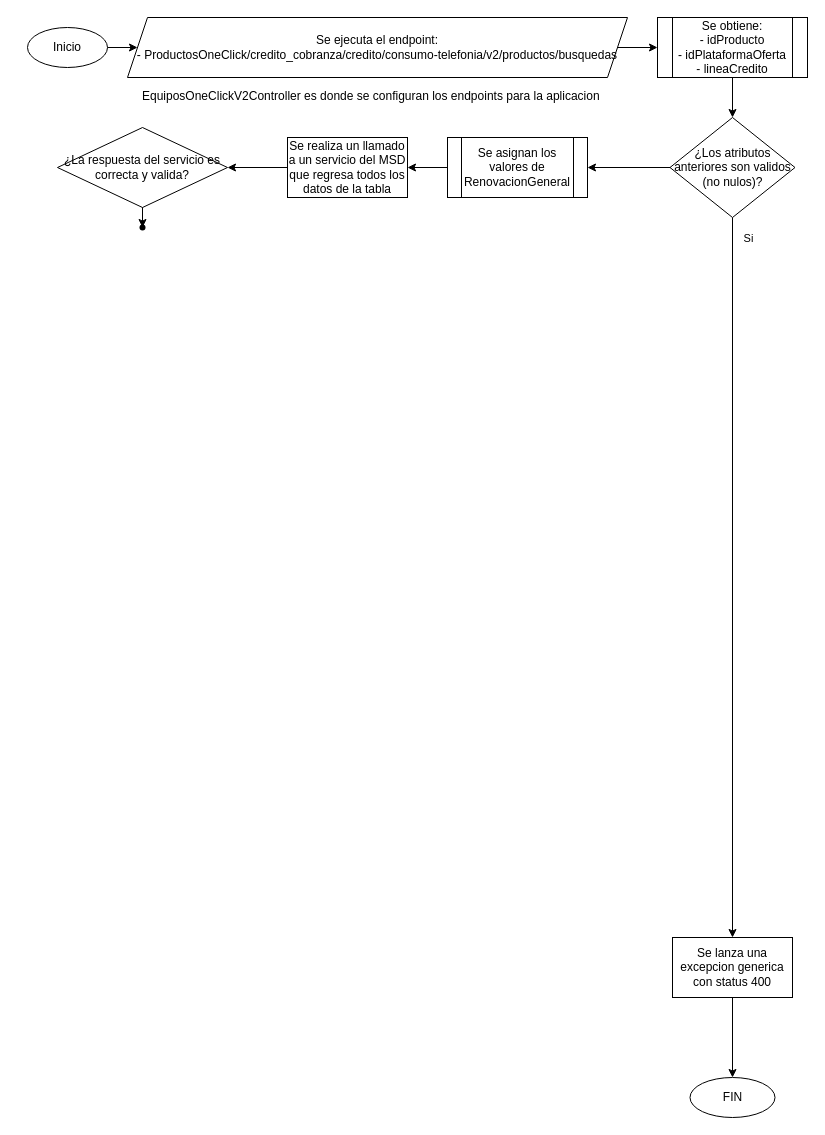
Earlier version of the draw.io diagram Untitled Diagram.drawio (Retsamyo/hello-world). Source tidied: cells renumbered, new cells numbered last; positions are measured from the earlier drawing's top-left corner, leaving out a move shared by most shapes. Both pictures are drawn from the tidied source at 100%, with x=0, y=0 at pixel (27, 17).
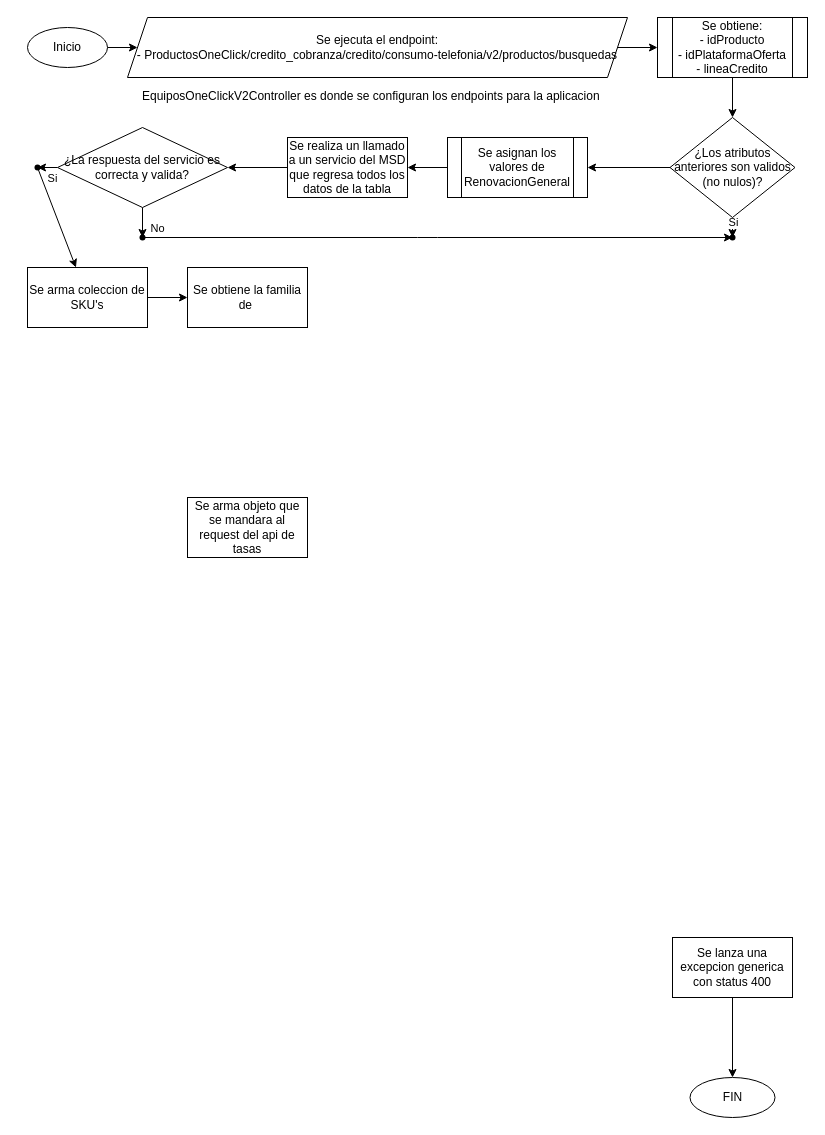
The same page after the edit.

Unchanged cells that the change refers to:
```xml
<mxCell id="10" value="¿Los atributos anteriores son validos (no nulos)?" style="rhombus;whiteSpace=wrap;html=1;" parent="1" vertex="1">
  <mxGeometry x="642.5" y="100" width="125" height="100" as="geometry" />
</mxCell>
<mxCell id="12" value="Se lanza una excepcion generica con status 400" style="whiteSpace=wrap;html=1;" parent="1" vertex="1">
  <mxGeometry x="645" y="920" width="120" height="60" as="geometry" />
</mxCell>
<mxCell id="21" value="¿La respuesta del servicio es correcta y valida?" style="rhombus;whiteSpace=wrap;html=1;" parent="1" vertex="1">
  <mxGeometry x="30" y="110" width="170" height="80" as="geometry" />
</mxCell>
```

Change to the diagram source:
```diff
@@
-    <mxCell id="7" style="edgeStyle=orthogonalEdgeStyle;rounded=0;jettySize=auto;html=1;" parent="1" edge="1" source="10" target="12">
-      <mxGeometry relative="1" as="geometry" />
-    </mxCell>
-    <mxCell id="8" value="Si" style="edgeLabel;html=1;align=center;verticalAlign=middle;" parent="7" vertex="1">
-      <mxGeometry x="-0.83" y="4" relative="1" as="geometry">
-        <mxPoint x="11" y="-41" as="offset" />
-      </mxGeometry>
-    </mxCell>
@@
+    <mxCell id="23" style="edgeStyle=none;rounded=0;jettySize=auto;html=1;" parent="1" edge="1" source="10" target="31">
+      <mxGeometry relative="1" as="geometry" />
+    </mxCell>
+    <mxCell id="24" value="Si" style="edgeLabel;html=1;align=center;verticalAlign=middle;" parent="23" vertex="1">
+      <mxGeometry x="-0.64" y="1" relative="1" as="geometry">
+        <mxPoint x="-1" as="offset" />
+      </mxGeometry>
+    </mxCell>
@@
-    <mxCell id="20" style="edgeStyle=orthogonalEdgeStyle;rounded=0;jettySize=auto;html=1;" parent="1" edge="1" source="21" target="22">
-      <mxGeometry relative="1" as="geometry" />
-    </mxCell>
+    <mxCell id="25" style="edgeStyle=none;rounded=0;jettySize=auto;html=1;" parent="1" edge="1" source="21" target="30">
+      <mxGeometry relative="1" as="geometry" />
+    </mxCell>
+    <mxCell id="26" style="edgeStyle=none;rounded=0;jettySize=auto;html=1;" parent="1" edge="1" source="21" target="33">
+      <mxGeometry relative="1" as="geometry" />
+    </mxCell>
+    <mxCell id="27" value="Si" style="edgeLabel;html=1;align=center;verticalAlign=middle;" parent="26" vertex="1">
+      <mxGeometry x="-0.63" relative="1" as="geometry">
+        <mxPoint x="-2" y="10" as="offset" />
+      </mxGeometry>
+    </mxCell>
@@
-    <mxCell id="22" style="shape=waypoint;size=6;points=[];fillColor=#ffffff;perimeter=centerPerimeter;snapToPoint=1;" parent="1" vertex="1">
-      <mxGeometry x="95" y="190" width="40" height="40" as="geometry" />
-    </mxCell>
+    <mxCell id="28" style="endArrow=classic;html=1;" parent="1" edge="1" source="30" target="31">
+      <mxGeometry relative="1" as="geometry">
+        <Array as="points">
+          <mxPoint x="400" y="220" />
+        </Array>
+      </mxGeometry>
+    </mxCell>
+    <mxCell id="29" value="No" style="edgeLabel;html=1;align=center;verticalAlign=middle;" parent="28" vertex="1">
+      <mxGeometry x="-0.82" y="3" relative="1" as="geometry">
+        <mxPoint x="-39" y="-7" as="offset" />
+      </mxGeometry>
+    </mxCell>
+    <mxCell id="30" style="shape=waypoint;size=6;points=[];fillColor=#ffffff;perimeter=centerPerimeter;snapToPoint=1;" parent="1" vertex="1">
+      <mxGeometry x="95" y="200" width="40" height="40" as="geometry" />
+    </mxCell>
+    <mxCell id="31" style="shape=waypoint;size=6;points=[];fillColor=#ffffff;perimeter=centerPerimeter;snapToPoint=1;" parent="1" vertex="1">
+      <mxGeometry x="685" y="200" width="40" height="40" as="geometry" />
+    </mxCell>
+    <mxCell id="32" style="edgeStyle=none;rounded=0;jettySize=auto;html=1;" parent="1" edge="1" source="33" target="35">
+      <mxGeometry relative="1" as="geometry" />
+    </mxCell>
+    <mxCell id="33" style="shape=waypoint;size=6;points=[];fillColor=#ffffff;perimeter=centerPerimeter;snapToPoint=1;" parent="1" vertex="1">
+      <mxGeometry x="-10" y="130" width="40" height="40" as="geometry" />
+    </mxCell>
+    <mxCell id="34" style="edgeStyle=none;rounded=0;jettySize=auto;html=1;" parent="1" edge="1" source="35" target="37">
+      <mxGeometry relative="1" as="geometry" />
+    </mxCell>
+    <mxCell id="35" value="Se arma coleccion de SKU's" style="rounded=0;whiteSpace=wrap;html=1;" parent="1" vertex="1">
+      <mxGeometry y="250" width="120" height="60" as="geometry" />
+    </mxCell>
+    <mxCell id="36" value="Se arma objeto que se mandara al request del api de tasas" style="whiteSpace=wrap;html=1;rounded=0;" parent="1" vertex="1">
+      <mxGeometry x="160" y="480" width="120" height="60" as="geometry" />
+    </mxCell>
+    <mxCell id="37" value="Se obtiene la familia de&amp;nbsp;" style="whiteSpace=wrap;html=1;rounded=0;" parent="1" vertex="1">
+      <mxGeometry x="160" y="250" width="120" height="60" as="geometry" />
+    </mxCell>
```
